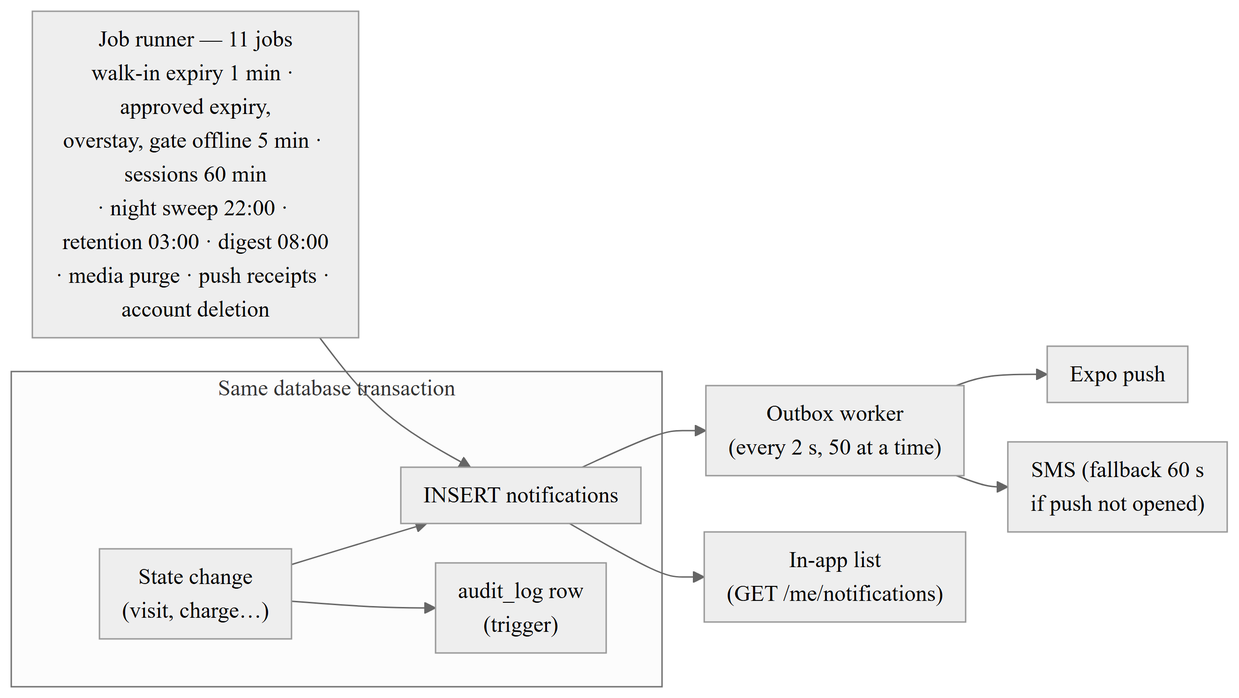
This is docs/report/diagrams/outbox.png from keeratpunia/HAVEN, a Mermaid export, as it was before one commit. Its source is kept beside it as docs/report/diagrams/outbox.mmd.
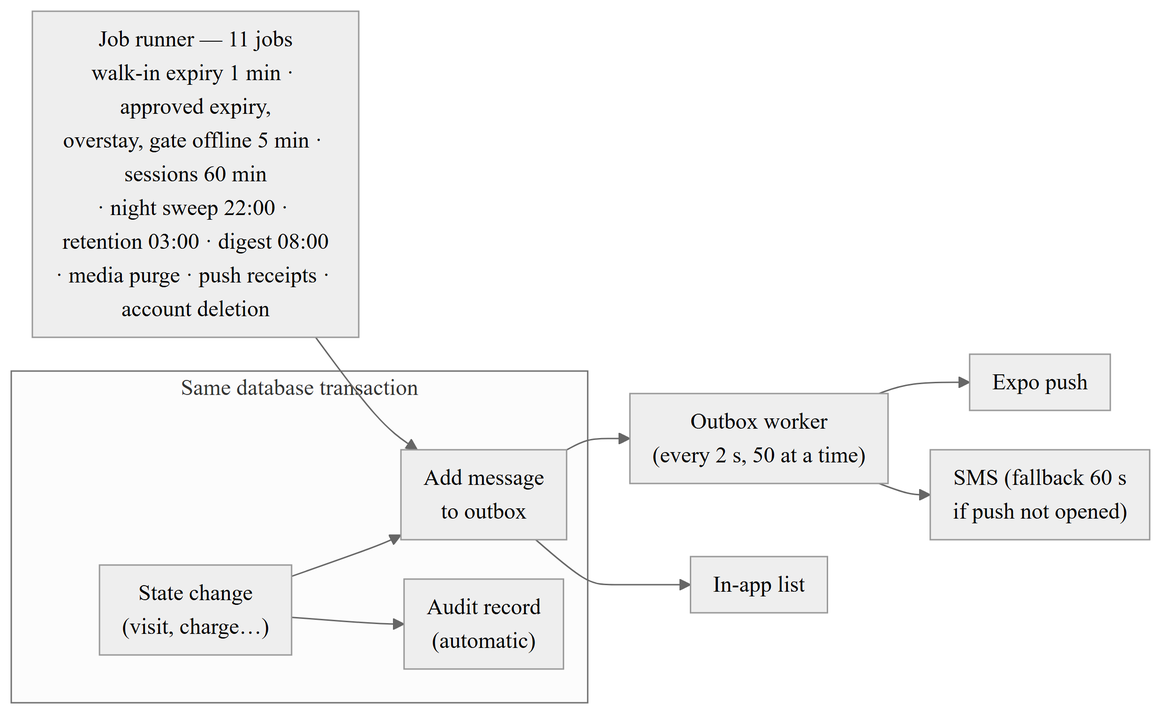
Later version of the same file.

What changed in the source:
```diff
@@ -1,10 +1,10 @@
 flowchart LR
   subgraph TX["Same database transaction"]
-    S["State change<br/>(visit, charge…)"] --> N["INSERT notifications"]
-    S --> AU["audit_log row<br/>(trigger)"]
+    S["State change<br/>(visit, charge…)"] --> N["Add message<br/>to outbox"]
+    S --> AU["Audit record<br/>(automatic)"]
   end
   JOBS["Job runner — 11 jobs<br/>walk-in expiry 1 min · approved expiry,<br/>overstay, gate offline 5 min · sessions 60 min<br/>· night sweep 22:00 · retention 03:00 · digest 08:00<br/>· media purge · push receipts · account deletion"] --> N
   N --> W["Outbox worker<br/>(every 2 s, 50 at a time)"]
   W --> PU["Expo push"]
   W --> SM["SMS (fallback 60 s<br/>if push not opened)"]
-  N --> IA["In-app list<br/>(GET /me/notifications)"]
+  N --> IA["In-app list"]
```
